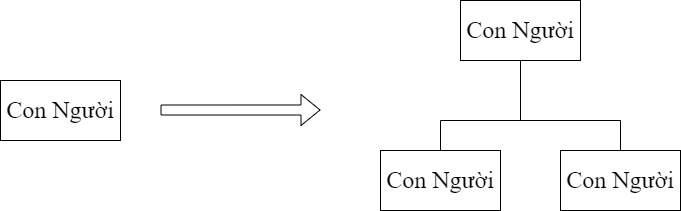
Earlier version of the draw.io export Luật thứ hai(trên xuống).png (datnham0212/learning). Source tidied: cells renumbered, new cells last; positions are measured from the earlier drawing's top-left corner, leaving out a move shared by most shapes.
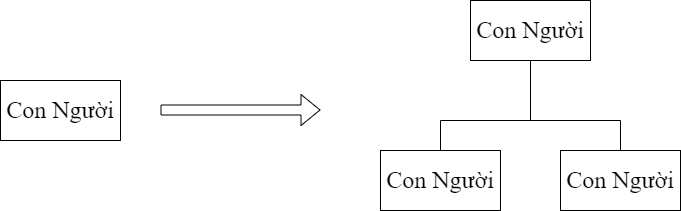
Later version of the same file.

Diff of the diagram source:
```diff
@@ -12,7 +12,7 @@
       </mxGeometry>
     </mxCell>
     <mxCell id="4" value="Con Người" style="rounded=0;whiteSpace=wrap;html=1;fontFamily=Times New Roman;fontSize=24;" parent="1" vertex="1">
-      <mxGeometry x="460" width="120" height="60" as="geometry" />
+      <mxGeometry x="470" width="120" height="60" as="geometry" />
     </mxCell>
     <mxCell id="5" value="Con Người" style="rounded=0;whiteSpace=wrap;html=1;fontFamily=Times New Roman;fontSize=24;" parent="1" vertex="1">
       <mxGeometry x="380" y="150" width="120" height="60" as="geometry" />
@@ -38,11 +38,11 @@
         <mxPoint x="620" y="120" as="targetPoint" />
       </mxGeometry>
     </mxCell>
-    <mxCell id="10" style="endArrow=none;html=1;rounded=0;" parent="1" edge="1">
-      <mxGeometry relative="1" as="geometry">
-        <mxPoint x="520" y="120" as="sourcePoint" />
-        <mxPoint x="520" y="60" as="targetPoint" />
-      </mxGeometry>
-    </mxCell>
+    <mxCell id="11" style="endArrow=none;html=1;rounded=0;" parent="1" edge="1">
+      <mxGeometry relative="1" as="geometry">
+        <mxPoint x="530" y="120" as="sourcePoint" />
+        <mxPoint x="530" y="60" as="targetPoint" />
+      </mxGeometry>
+    </mxCell>
   </root>
 </mxGraphModel>
```
